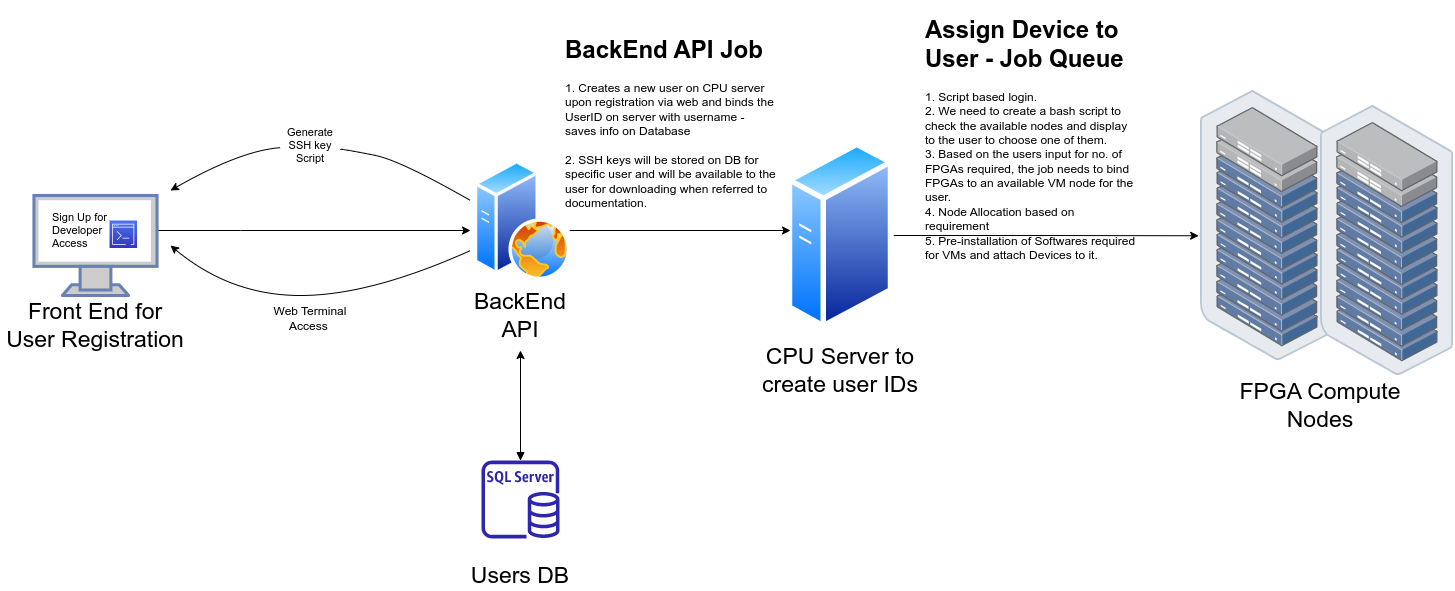
The draw.io diagram Intel DevCloud Flow.drawio.png in belanasaikiran/FlowCharts, before a commit. Source tidied: cells renumbered, new cells last; positions are measured from the earlier drawing's top-left corner, leaving out a move shared by most shapes.
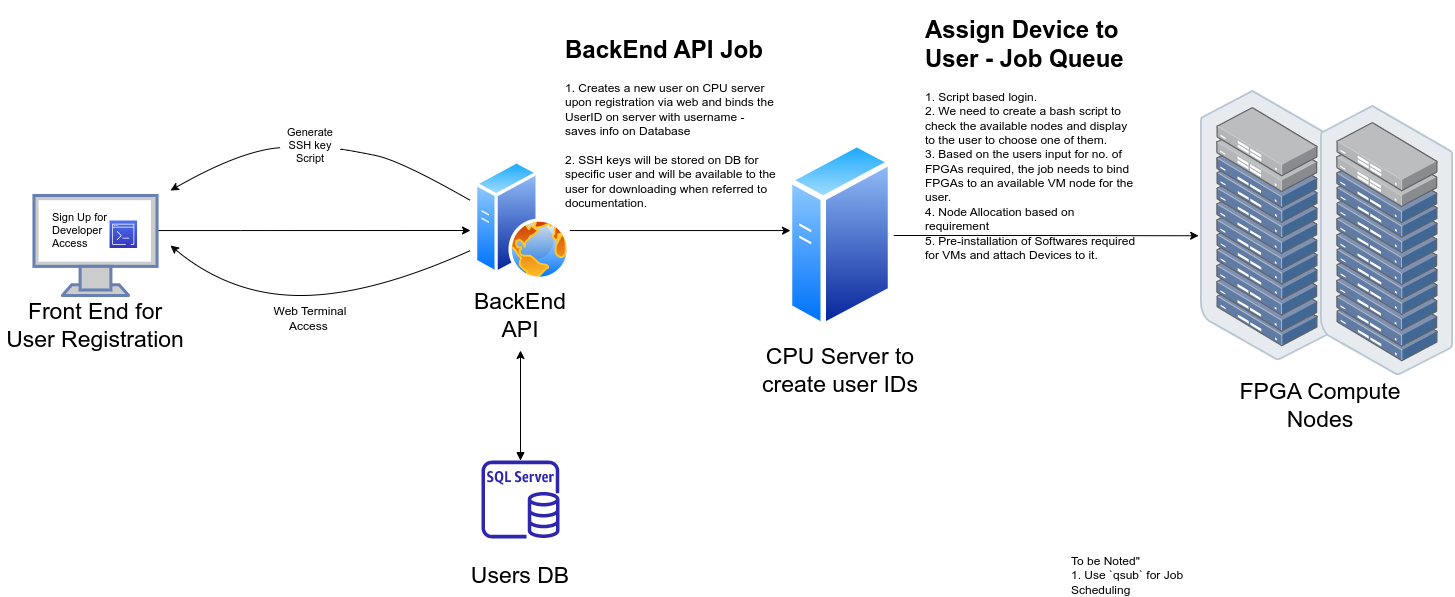
After the change.

The edit, as a diff of the source:
```diff
@@ -120,5 +120,8 @@
     <mxCell id="30" style="sketch=0;fontColor=#232F3E;gradientColor=#4D72F3;gradientDirection=north;fillColor=#3334B9;strokeColor=#ffffff;dashed=0;verticalLabelPosition=bottom;verticalAlign=top;align=center;html=1;fontSize=12;fontStyle=0;shape=mxgraph.aws4.resourceIcon;resIcon=mxgraph.aws4.command_line_interface;" parent="28" vertex="1">
       <mxGeometry x="59" y="10" width="27.5" height="27.5" as="geometry" />
     </mxCell>
+    <mxCell id="31" value="&lt;div style=&quot;text-align: left;&quot;&gt;&lt;span style=&quot;background-color: initial;&quot;&gt;To be Noted&quot;&lt;/span&gt;&lt;/div&gt;&lt;div style=&quot;text-align: left;&quot;&gt;&lt;span style=&quot;background-color: initial;&quot;&gt;1. Use `qsub` for Job Scheduling&lt;/span&gt;&lt;/div&gt;" style="text;html=1;strokeColor=none;fillColor=none;align=center;verticalAlign=middle;whiteSpace=wrap;rounded=0;" parent="1" vertex="1">
+      <mxGeometry x="1070" y="550" width="160" height="30" as="geometry" />
+    </mxCell>
   </root>
 </mxGraphModel>
```
